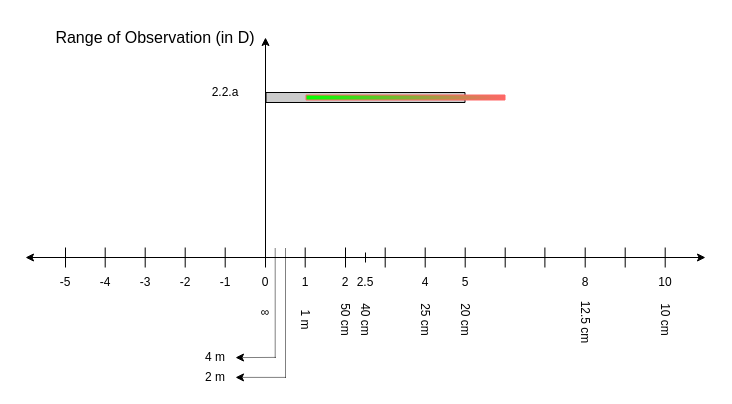
Before: page "Copy of Copy of Copy of xs10" (11 of 18) of sources/Myopia.drawio in shvmm/ReverseMyopia, a draw.io diagram. Source tidied: cells renumbered, new cells numbered last; positions are measured from the earlier drawing's top-left corner, leaving out a move shared by most shapes. Both pictures are drawn from the tidied source at 100%, with x=0, y=0 at pixel (25, 17).
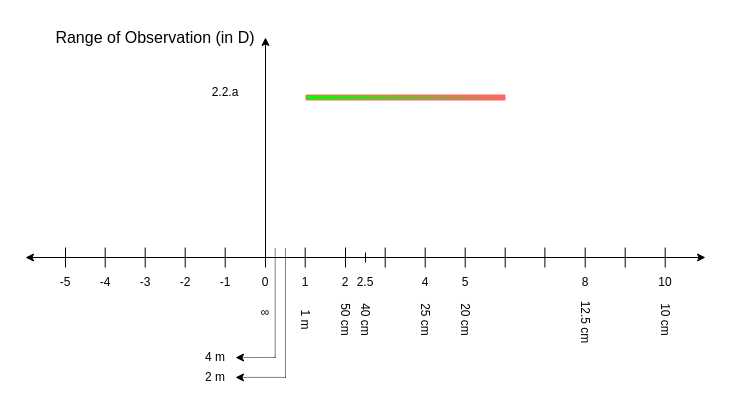
The same page after the edit.

What changed in the source:
```diff
@@
-    <mxCell id="48" style="shape=flexArrow;endArrow=none;startArrow=none;html=1;rounded=0;fontSize=16;fillColor=#cccccc;gradientDirection=west;endSize=5;startSize=5;endFill=0;strokeColor=default;fillStyle=solid;startWidth=10;endWidth=10;startFill=0;width=10;gradientColor=none;" parent="1" edge="1">
-      <mxGeometry relative="1" as="geometry">
-        <mxPoint x="240" y="80" as="sourcePoint" />
-        <mxPoint x="440" y="80" as="targetPoint" />
-      </mxGeometry>
-    </mxCell>
```
